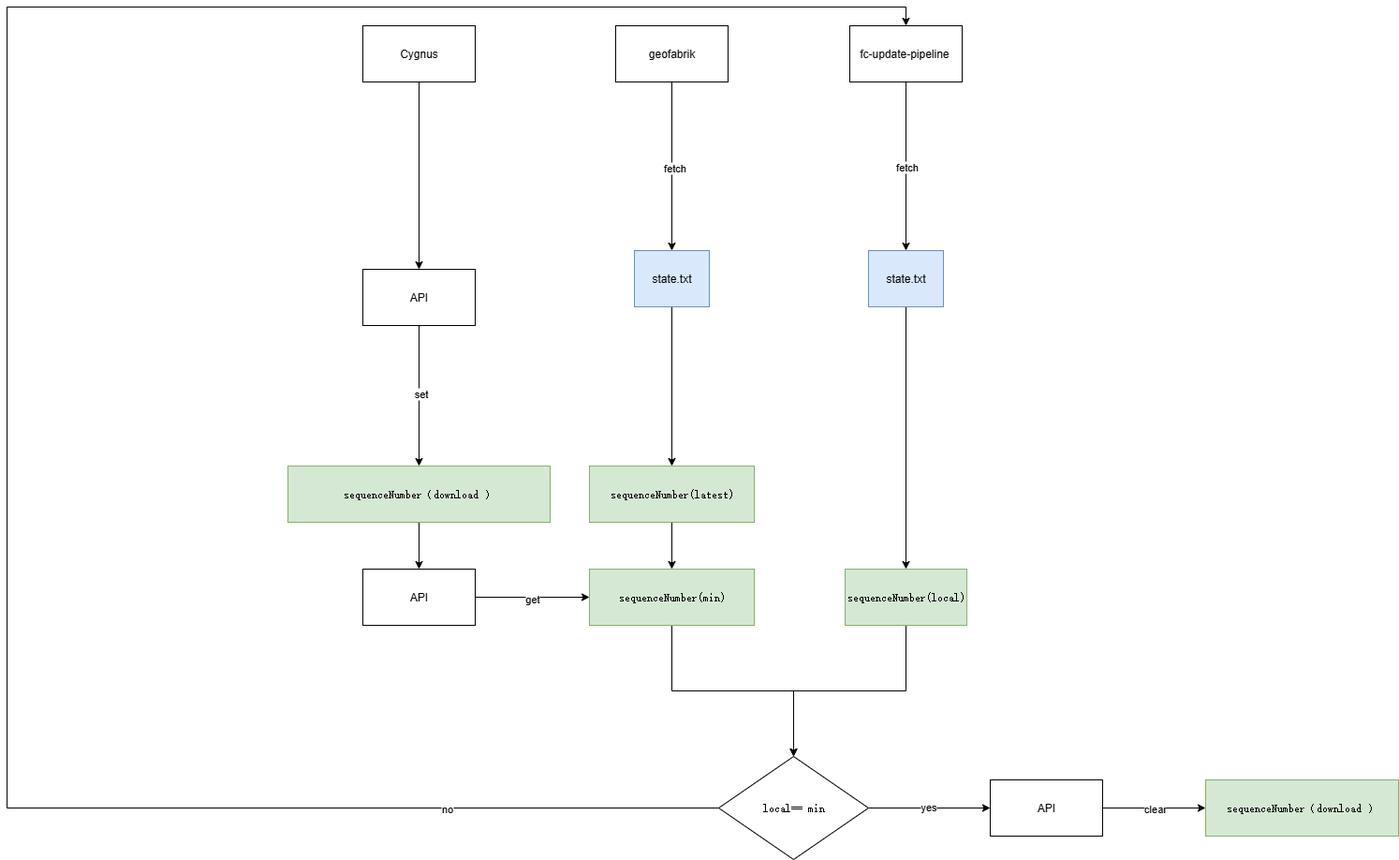
This is fc update.drawio.png from 472542625/drawio, a draw.io export, as it was before one commit. Source tidied: cells renumbered, new cells last; positions are measured from the earlier drawing's top-left corner, leaving out a move shared by most shapes.
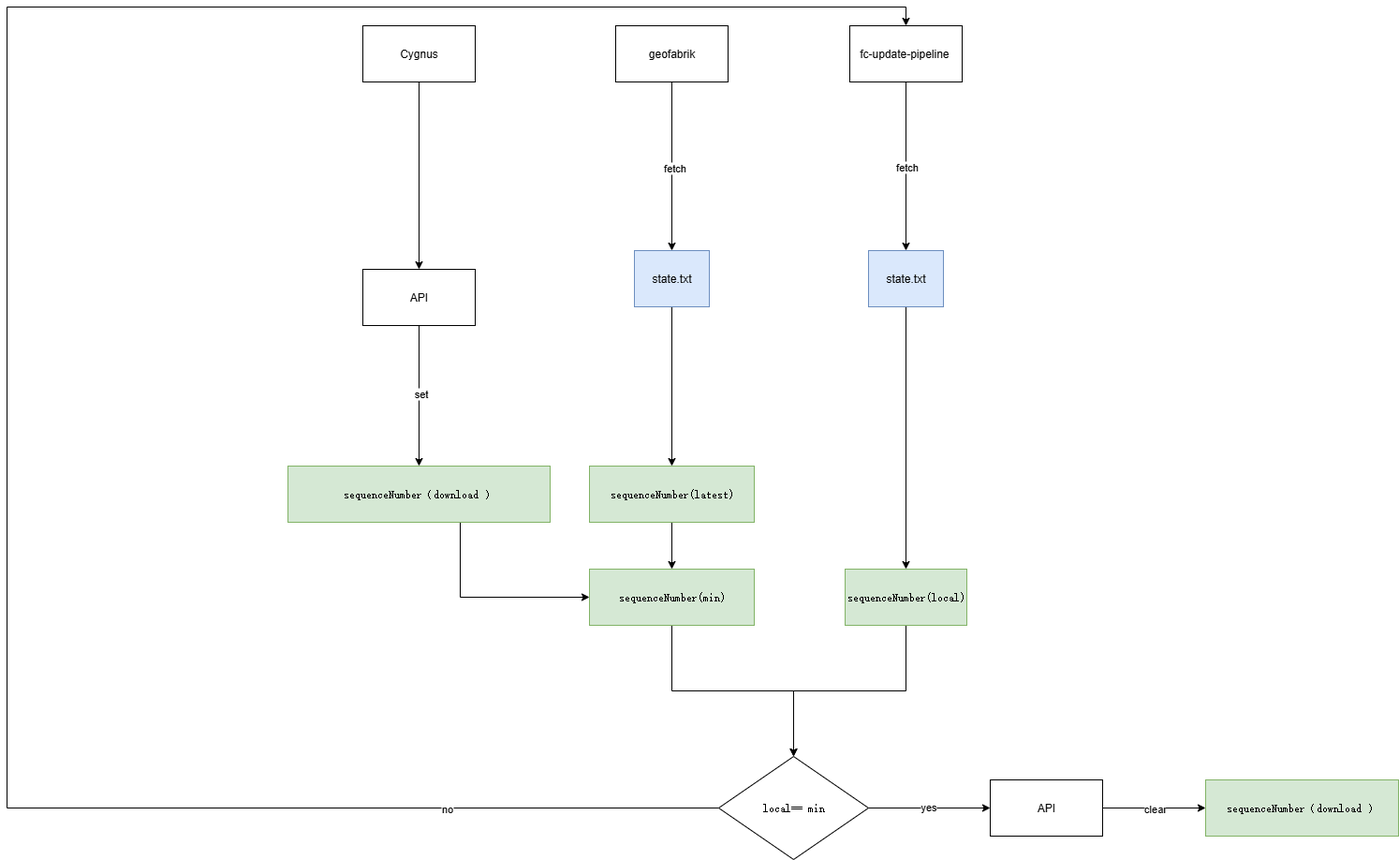
Later version of the same file.

Diff of the diagram source:
```diff
@@ -55,9 +55,13 @@
     <mxCell id="16" value="no" style="edgeLabel;html=1;align=center;verticalAlign=middle;" parent="15" vertex="1">
       <mxGeometry x="-0.78" relative="1" as="geometry" />
     </mxCell>
-    <mxCell id="17" style="edgeStyle=orthogonalEdgeStyle;rounded=0;jettySize=auto;html=1;" parent="1" edge="1" source="18" target="36">
-      <mxGeometry relative="1" as="geometry" />
-    </mxCell>
+    <mxCell id="37" style="edgeStyle=orthogonalEdgeStyle;rounded=0;jettySize=auto;html=1;entryX=0;entryY=0.5;entryDx=0;entryDy=0;" parent="1" edge="1" source="18" target="24">
+      <mxGeometry relative="1" as="geometry">
+        <Array as="points">
+          <mxPoint x="484" y="630" />
+        </Array>
+      </mxGeometry>
+    </mxCell>
     <mxCell id="18" value="&lt;pre style=&quot;text-align: start; overflow-wrap: break-word; text-wrap-mode: wrap;&quot;&gt;sequenceNumber（download ）&lt;/pre&gt;" style="rounded=0;whiteSpace=wrap;html=1;fillColor=#d5e8d4;strokeColor=#82b366;" parent="1" vertex="1">
       <mxGeometry x="300" y="490" width="280" height="60" as="geometry" />
     </mxCell>
@@ -106,14 +110,5 @@
     <mxCell id="33" value="API" style="rounded=0;whiteSpace=wrap;html=1;" parent="1" vertex="1">
       <mxGeometry x="380" y="280" width="120" height="60" as="geometry" />
     </mxCell>
-    <mxCell id="34" style="edgeStyle=orthogonalEdgeStyle;rounded=0;jettySize=auto;html=1;entryX=0;entryY=0.5;entryDx=0;entryDy=0;" parent="1" edge="1" source="36" target="24">
-      <mxGeometry relative="1" as="geometry" />
-    </mxCell>
-    <mxCell id="35" value="get" style="edgeLabel;html=1;align=center;verticalAlign=middle;" parent="34" vertex="1">
-      <mxGeometry x="-0.02" y="-1" relative="1" as="geometry" />
-    </mxCell>
-    <mxCell id="36" value="API" style="rounded=0;whiteSpace=wrap;html=1;" parent="1" vertex="1">
-      <mxGeometry x="380" y="600" width="120" height="60" as="geometry" />
-    </mxCell>
   </root>
 </mxGraphModel>
```
